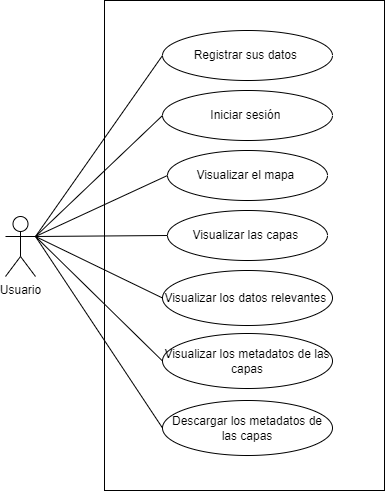
This is adjuntos/casos de uso.png from DJFiBePRO/sidetabs-prueba, a draw.io export, as it was before one commit. Source tidied: cells renumbered, new cells last; positions are measured from the earlier drawing's top-left corner, leaving out a move shared by most shapes. The source it was exported from:
```xml
<mxGraphModel>
  <root>
    <mxCell id="0" />
    <mxCell id="1" parent="0" />
    <mxCell id="2" value="Usuario&lt;br&gt;" style="shape=umlActor;verticalLabelPosition=bottom;verticalAlign=top;html=1;" parent="1" vertex="1">
      <mxGeometry y="216" width="30" height="60" as="geometry" />
    </mxCell>
    <mxCell id="3" style="rounded=0;whiteSpace=wrap;html=1;" parent="1" vertex="1">
      <mxGeometry x="99" width="280" height="490" as="geometry" />
    </mxCell>
    <mxCell id="4" value="Registrar sus datos&amp;nbsp;" style="ellipse;whiteSpace=wrap;html=1;" parent="1" vertex="1">
      <mxGeometry x="157" y="30" width="170" height="50" as="geometry" />
    </mxCell>
    <mxCell id="5" value="Iniciar sesión&amp;nbsp;" style="ellipse;whiteSpace=wrap;html=1;" parent="1" vertex="1">
      <mxGeometry x="157" y="90" width="170" height="50" as="geometry" />
    </mxCell>
    <mxCell id="6" value="Visualizar el mapa&amp;nbsp;" style="ellipse;whiteSpace=wrap;html=1;" parent="1" vertex="1">
      <mxGeometry x="162" y="150" width="160" height="50" as="geometry" />
    </mxCell>
    <mxCell id="7" value="Visualizar las capas&amp;nbsp;" style="ellipse;whiteSpace=wrap;html=1;" parent="1" vertex="1">
      <mxGeometry x="162" y="210" width="160" height="50" as="geometry" />
    </mxCell>
    <mxCell id="8" value="Visualizar los datos relevantes&amp;nbsp;" style="ellipse;whiteSpace=wrap;html=1;" parent="1" vertex="1">
      <mxGeometry x="157" y="270" width="170" height="55" as="geometry" />
    </mxCell>
    <mxCell id="9" value="Visualizar los metadatos de las capas" style="ellipse;whiteSpace=wrap;html=1;" parent="1" vertex="1">
      <mxGeometry x="157" y="333" width="170" height="55" as="geometry" />
    </mxCell>
    <mxCell id="10" value="Descargar los metadatos de las capas" style="ellipse;whiteSpace=wrap;html=1;" parent="1" vertex="1">
      <mxGeometry x="157" y="400" width="170" height="55" as="geometry" />
    </mxCell>
    <mxCell id="11" style="endArrow=none;html=1;exitX=1;exitY=0.3333333333333333;exitDx=0;exitDy=0;exitPerimeter=0;entryX=0;entryY=0.5;entryDx=0;entryDy=0;" parent="1" edge="1" source="2" target="4">
      <mxGeometry relative="1" as="geometry" />
    </mxCell>
    <mxCell id="12" style="endArrow=none;html=1;exitX=1;exitY=0.3333333333333333;exitDx=0;exitDy=0;exitPerimeter=0;entryX=0;entryY=0.5;entryDx=0;entryDy=0;" parent="1" edge="1" source="2" target="5">
      <mxGeometry relative="1" as="geometry" />
    </mxCell>
    <mxCell id="13" style="endArrow=none;html=1;exitX=1;exitY=0.3333333333333333;exitDx=0;exitDy=0;exitPerimeter=0;entryX=0;entryY=0.5;entryDx=0;entryDy=0;" parent="1" edge="1" source="2" target="6">
      <mxGeometry relative="1" as="geometry" />
    </mxCell>
    <mxCell id="14" style="endArrow=none;html=1;exitX=1;exitY=0.3333333333333333;exitDx=0;exitDy=0;exitPerimeter=0;entryX=0;entryY=0.5;entryDx=0;entryDy=0;" parent="1" edge="1" source="2" target="7">
      <mxGeometry relative="1" as="geometry" />
    </mxCell>
    <mxCell id="15" style="endArrow=none;html=1;exitX=1;exitY=0.3333333333333333;exitDx=0;exitDy=0;exitPerimeter=0;entryX=0;entryY=0.5;entryDx=0;entryDy=0;" parent="1" edge="1" source="2" target="8">
      <mxGeometry relative="1" as="geometry" />
    </mxCell>
    <mxCell id="16" style="endArrow=none;html=1;exitX=1;exitY=0.3333333333333333;exitDx=0;exitDy=0;exitPerimeter=0;entryX=0;entryY=0.5;entryDx=0;entryDy=0;" parent="1" edge="1" source="2" target="9">
      <mxGeometry relative="1" as="geometry" />
    </mxCell>
    <mxCell id="17" style="endArrow=none;html=1;exitX=1;exitY=0.3333333333333333;exitDx=0;exitDy=0;exitPerimeter=0;entryX=0;entryY=0.5;entryDx=0;entryDy=0;" parent="1" edge="1" source="2" target="10">
      <mxGeometry relative="1" as="geometry" />
    </mxCell>
  </root>
</mxGraphModel>
```
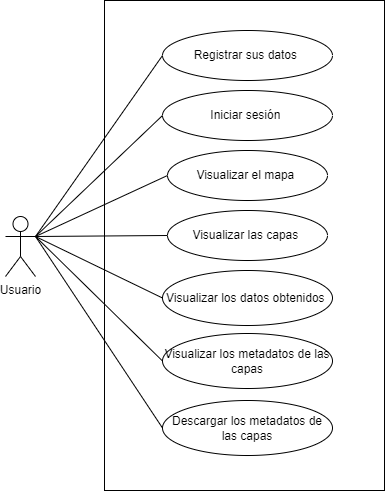
The same file after the commit.

Diff of the diagram source:
```diff
@@ -20,7 +20,7 @@
     <mxCell id="7" value="Visualizar las capas&amp;nbsp;" style="ellipse;whiteSpace=wrap;html=1;" parent="1" vertex="1">
       <mxGeometry x="162" y="210" width="160" height="50" as="geometry" />
     </mxCell>
-    <mxCell id="8" value="Visualizar los datos relevantes&amp;nbsp;" style="ellipse;whiteSpace=wrap;html=1;" parent="1" vertex="1">
+    <mxCell id="8" value="Visualizar los datos obtenidos&amp;nbsp;" style="ellipse;whiteSpace=wrap;html=1;" parent="1" vertex="1">
       <mxGeometry x="157" y="270" width="170" height="55" as="geometry" />
     </mxCell>
     <mxCell id="9" value="Visualizar los metadatos de las capas" style="ellipse;whiteSpace=wrap;html=1;" parent="1" vertex="1">
```
